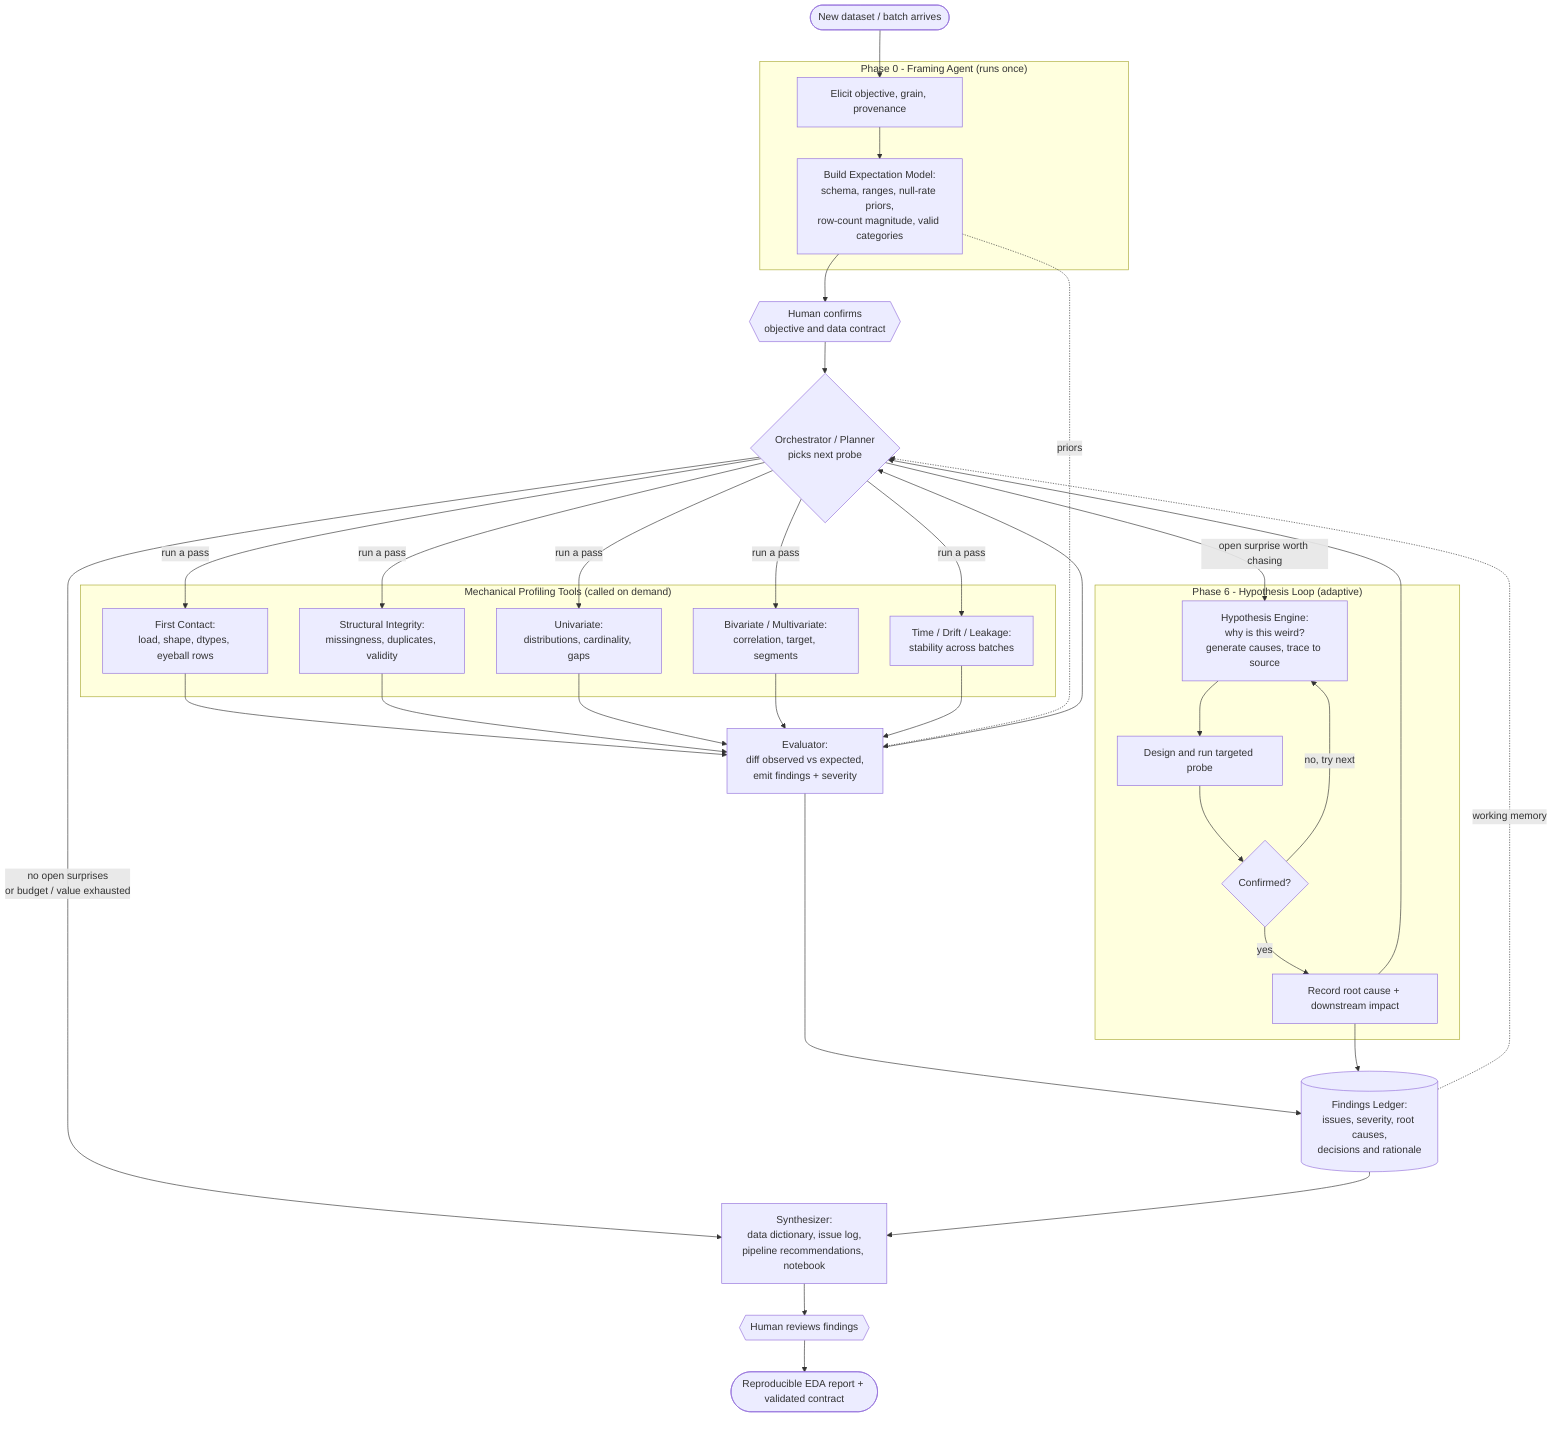
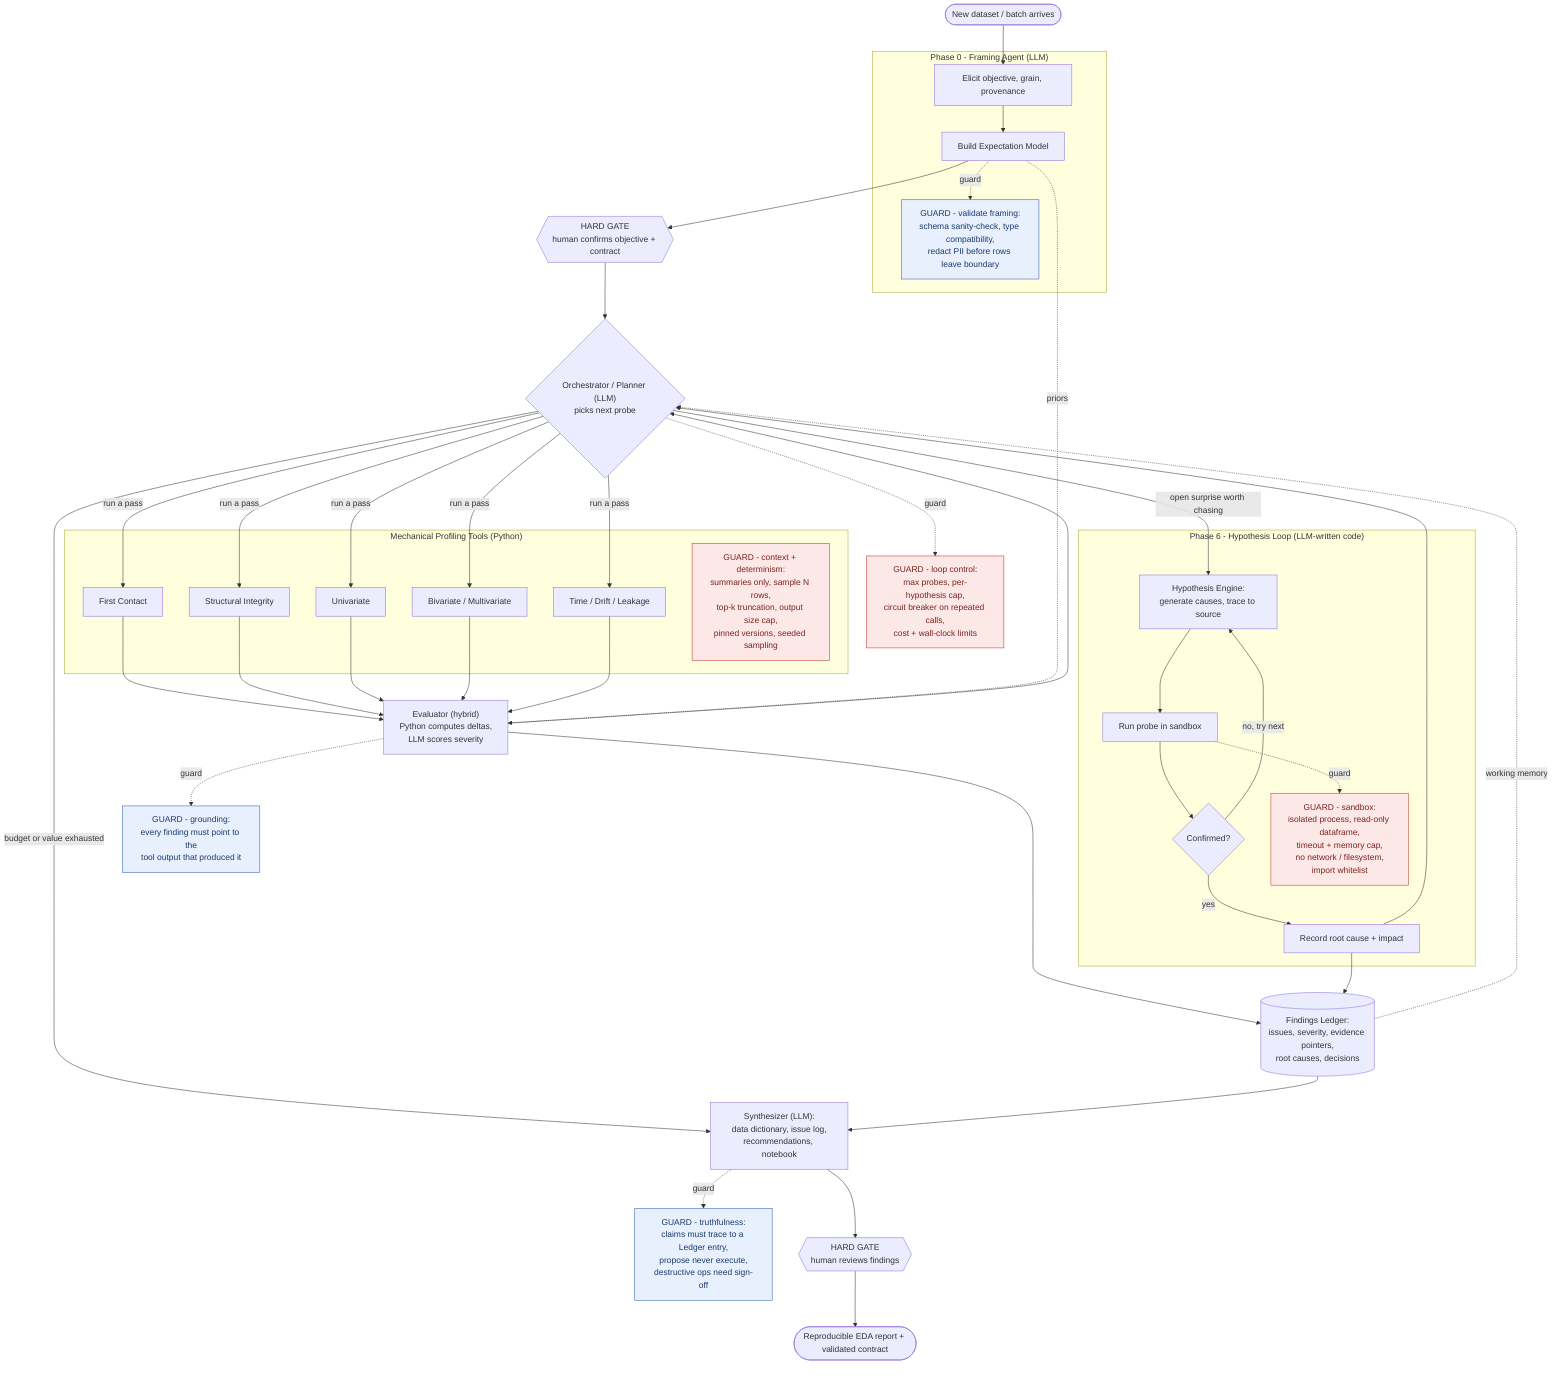
flowchart TD
    Start(["New dataset / batch arrives"]) --> Frame

-     subgraph Framing["Phase 0 - Framing Agent (runs once)"]
+     subgraph Framing["Phase 0 - Framing Agent (LLM)"]
        Frame["Elicit objective, grain, provenance"]
-         Frame --> Priors["Build Expectation Model:<br/>schema, ranges, null-rate priors,<br/>row-count magnitude, valid categories"]
+         Frame --> Priors["Build Expectation Model"]
+         G_frame["GUARD - validate framing:<br/>schema sanity-check, type compatibility,<br/>redact PII before rows leave boundary"]:::truth
+         Priors -.guard.-> G_frame
    end

-     Priors --> Human1{{"Human confirms<br/>objective and data contract"}}
+     Priors --> Human1{{"HARD GATE<br/>human confirms objective + contract"}}
    Human1 --> Orchestrator

-     Orchestrator{"Orchestrator / Planner<br/>picks next probe"}
+     Orchestrator{"Orchestrator / Planner (LLM)<br/>picks next probe"}
+     G_orch["GUARD - loop control:<br/>max probes, per-hypothesis cap,<br/>circuit breaker on repeated calls,<br/>cost + wall-clock limits"]:::safety
+     Orchestrator -.guard.-> G_orch

-     subgraph Mechanical["Mechanical Profiling Tools (called on demand)"]
-         FirstContact["First Contact:<br/>load, shape, dtypes, eyeball rows"]
-         Structural["Structural Integrity:<br/>missingness, duplicates, validity"]
-         Univariate["Univariate:<br/>distributions, cardinality, gaps"]
-         Bivariate["Bivariate / Multivariate:<br/>correlation, target, segments"]
-         Drift["Time / Drift / Leakage:<br/>stability across batches"]
+     subgraph Mechanical["Mechanical Profiling Tools (Python)"]
+         FirstContact["First Contact"]
+         Structural["Structural Integrity"]
+         Univariate["Univariate"]
+         Bivariate["Bivariate / Multivariate"]
+         Drift["Time / Drift / Leakage"]
+         G_mech["GUARD - context + determinism:<br/>summaries only, sample N rows,<br/>top-k truncation, output size cap,<br/>pinned versions, seeded sampling"]:::safety
    end

    Orchestrator -->|run a pass| FirstContact
    Orchestrator -->|run a pass| Structural
    Orchestrator -->|run a pass| Univariate
    Orchestrator -->|run a pass| Bivariate
    Orchestrator -->|run a pass| Drift

    FirstContact --> Evaluator
    Structural --> Evaluator
    Univariate --> Evaluator
    Bivariate --> Evaluator
    Drift --> Evaluator

-     Evaluator["Evaluator:<br/>diff observed vs expected,<br/>emit findings + severity"]
-     Evaluator --> Ledger[("Findings Ledger:<br/>issues, severity, root causes,<br/>decisions and rationale")]
+     Evaluator["Evaluator (hybrid)<br/>Python computes deltas,<br/>LLM scores severity"]
+     G_eval["GUARD - grounding:<br/>every finding must point to the<br/>tool output that produced it"]:::truth
+     Evaluator -.guard.-> G_eval
+ 
+     Evaluator --> Ledger[("Findings Ledger:<br/>issues, severity, evidence pointers,<br/>root causes, decisions")]
    Evaluator --> Orchestrator

-     Orchestrator -->|"open surprise worth chasing"| Hypo
+     Orchestrator -->|open surprise worth chasing| Hypo

-     subgraph DeepDive["Phase 6 - Hypothesis Loop (adaptive)"]
-         Hypo["Hypothesis Engine:<br/>why is this weird?<br/>generate causes, trace to source"]
-         Hypo --> Probe["Design and run targeted probe"]
+     subgraph DeepDive["Phase 6 - Hypothesis Loop (LLM-written code)"]
+         Hypo["Hypothesis Engine:<br/>generate causes, trace to source"]
+         Hypo --> Probe["Run probe in sandbox"]
        Probe --> Verdict{"Confirmed?"}
        Verdict -->|no, try next| Hypo
-         Verdict -->|yes| RecordCause["Record root cause + downstream impact"]
+         Verdict -->|yes| RecordCause["Record root cause + impact"]
+         G_sandbox["GUARD - sandbox:<br/>isolated process, read-only dataframe,<br/>timeout + memory cap,<br/>no network / filesystem,<br/>import whitelist"]:::safety
+         Probe -.guard.-> G_sandbox
    end

    RecordCause --> Ledger
    RecordCause --> Orchestrator

-     Orchestrator -->|"no open surprises<br/>or budget / value exhausted"| Synth
+     Orchestrator -->|budget or value exhausted| Synth

-     Synth["Synthesizer:<br/>data dictionary, issue log,<br/>pipeline recommendations, notebook"]
+     Synth["Synthesizer (LLM):<br/>data dictionary, issue log,<br/>recommendations, notebook"]
+     G_synth["GUARD - truthfulness:<br/>claims must trace to a Ledger entry,<br/>propose never execute,<br/>destructive ops need sign-off"]:::truth
+     Synth -.guard.-> G_synth
+ 
    Ledger --> Synth
-     Synth --> Human2{{"Human reviews findings"}}
+     Synth --> Human2{{"HARD GATE<br/>human reviews findings"}}
    Human2 --> Done(["Reproducible EDA report + validated contract"])

    Priors -.priors.-> Evaluator
-     Ledger -.working memory.-> Orchestrator+     Ledger -.working memory.-> Orchestrator
+ 
+     classDef safety fill:#fde8e8,stroke:#c0392b,stroke-width:1px,color:#7b241c;
+     classDef truth fill:#e8f0fe,stroke:#2c5fb3,stroke-width:1px,color:#1a3a6b;